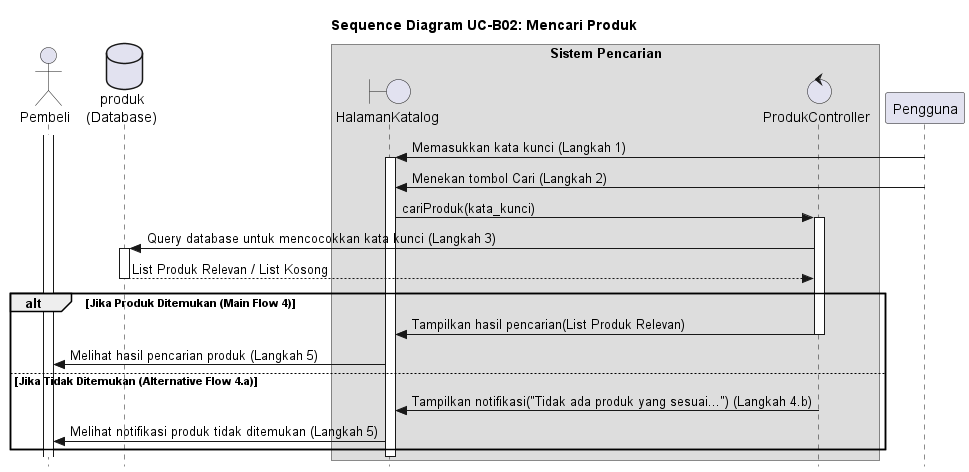
The PlantUML diagram out/UC-B02/SD-UC-B02_MencariProduk.png in alfiahnurfa/RSI-PROYEK-AKHIR-SEQUENCE, before a commit. The source it was exported from:
```plantuml
@startuml SD-UC-B02_MencariProduk
title Sequence Diagram UC-B02: Mencari Produk
skinparam style strictuml

actor Pembeli
boundary HalamanKatalog
control ProdukController
database produk as "produk\n(Database)"

box "Sistem Pencarian"
    participant HalamanKatalog
    participant ProdukController
end box

activate Pembeli
Pengguna -> HalamanKatalog : Memasukkan kata kunci (Langkah 1)
activate HalamanKatalog

Pengguna -> HalamanKatalog : Menekan tombol Cari (Langkah 2)

HalamanKatalog -> ProdukController : cariProduk(kata_kunci)
activate ProdukController

ProdukController -> produk : Query database untuk mencocokkan kata kunci (Langkah 3)
activate produk
return List Produk Relevan / List Kosong

alt Jika Produk Ditemukan (Main Flow 4)
    ProdukController -> HalamanKatalog : Tampilkan hasil pencarian(List Produk Relevan)
    deactivate ProdukController

    HalamanKatalog -> Pembeli : Melihat hasil pencarian produk (Langkah 5)
else Jika Tidak Ditemukan (Alternative Flow 4.a)
    ProdukController -> HalamanKatalog : Tampilkan notifikasi("Tidak ada produk yang sesuai...") (Langkah 4.b)
    deactivate ProdukController

    HalamanKatalog -> Pembeli : Melihat notifikasi produk tidak ditemukan (Langkah 5)
end alt

deactivate HalamanKatalog
deactivate produk

@enduml
```
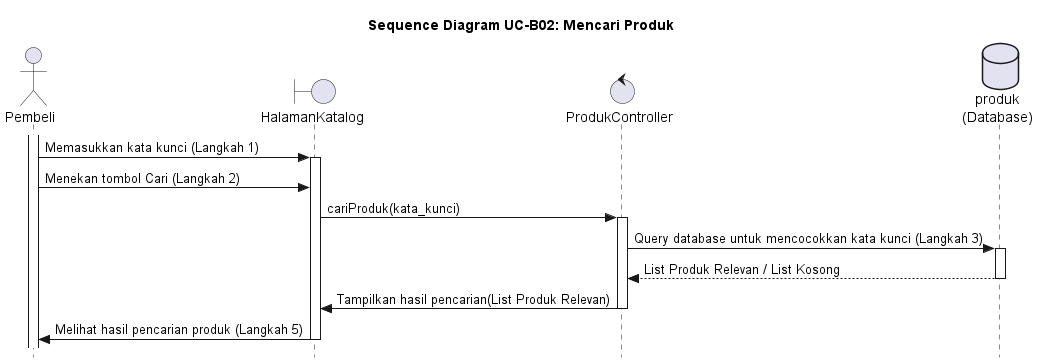
Later version of the same file.

The edit, as a diff of the source:
```diff
@@ -7,16 +7,12 @@
 control ProdukController
 database produk as "produk\n(Database)"
 
-box "Sistem Pencarian"
-    participant HalamanKatalog
-    participant ProdukController
-end box
 
 activate Pembeli
-Pengguna -> HalamanKatalog : Memasukkan kata kunci (Langkah 1)
+Pembeli -> HalamanKatalog : Memasukkan kata kunci (Langkah 1)
 activate HalamanKatalog
 
-Pengguna -> HalamanKatalog : Menekan tombol Cari (Langkah 2)
+Pembeli -> HalamanKatalog : Menekan tombol Cari (Langkah 2)
 
 HalamanKatalog -> ProdukController : cariProduk(kata_kunci)
 activate ProdukController
@@ -24,18 +20,13 @@
 ProdukController -> produk : Query database untuk mencocokkan kata kunci (Langkah 3)
 activate produk
 return List Produk Relevan / List Kosong
+ProdukController -> HalamanKatalog : Tampilkan hasil pencarian(List Produk Relevan)
+deactivate ProdukController
 
-alt Jika Produk Ditemukan (Main Flow 4)
-    ProdukController -> HalamanKatalog : Tampilkan hasil pencarian(List Produk Relevan)
-    deactivate ProdukController
+HalamanKatalog -> Pembeli : Melihat hasil pencarian produk (Langkah 5)
 
-    HalamanKatalog -> Pembeli : Melihat hasil pencarian produk (Langkah 5)
-else Jika Tidak Ditemukan (Alternative Flow 4.a)
-    ProdukController -> HalamanKatalog : Tampilkan notifikasi("Tidak ada produk yang sesuai...") (Langkah 4.b)
-    deactivate ProdukController
 
-    HalamanKatalog -> Pembeli : Melihat notifikasi produk tidak ditemukan (Langkah 5)
-end alt
+
 
 deactivate HalamanKatalog
 deactivate produk
```
